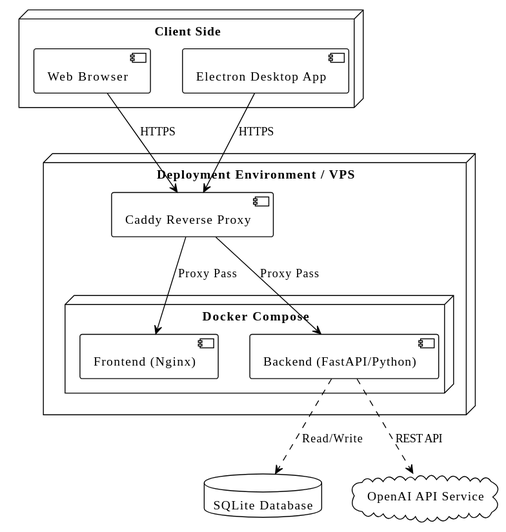
The PlantUML diagram docs/diagrams/deployment.svg in Bananapolis/Hackaton, before a commit. Source of this version:
```plantuml
@startuml
!theme plain

node "Client Side" {
  [Web Browser] as Browser
  [Electron Desktop App] as DesktopApp
}

node "Deployment Environment / VPS" {
  [Caddy Reverse Proxy] as Caddy

  node "Docker Compose" {
    [Frontend (Nginx)] as FrontendContainer
    [Backend (FastAPI/Python)] as BackendContainer
  }
}

database "SQLite Database" as SQLite
cloud "OpenAI API Service" as OpenAI

Browser --> Caddy : HTTPS
DesktopApp --> Caddy : HTTPS

Caddy --> FrontendContainer : Proxy Pass
Caddy --> BackendContainer : Proxy Pass

BackendContainer ..> SQLite : Read/Write
BackendContainer ..> OpenAI : REST API
@enduml
```
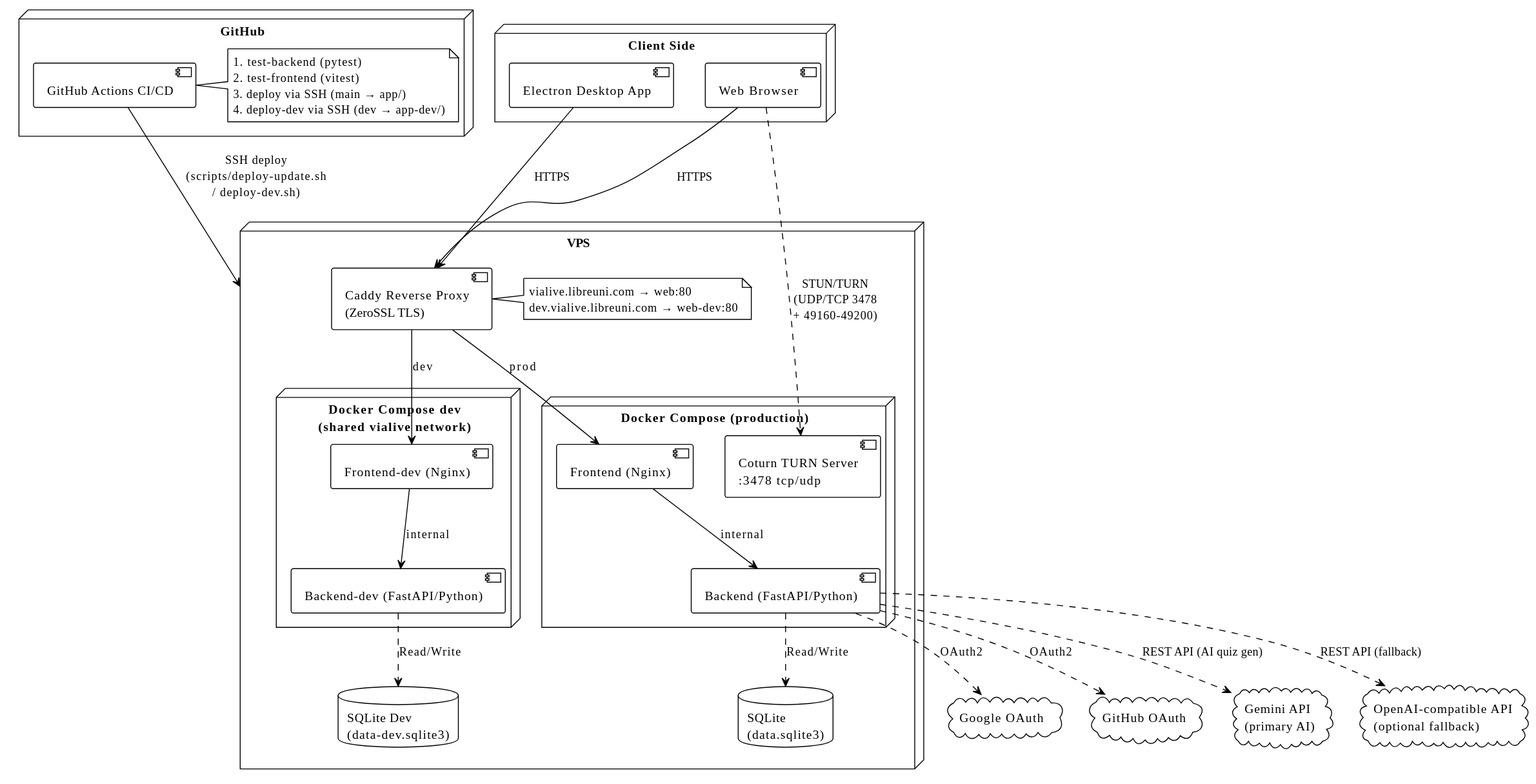
Above is the later version.

Commit message:
updated deployment diagram

Change to the diagram source:
```diff
@@ -6,24 +6,61 @@
   [Electron Desktop App] as DesktopApp
 }
 
-node "Deployment Environment / VPS" {
-  [Caddy Reverse Proxy] as Caddy
+node "GitHub" {
+  [GitHub Actions CI/CD] as CICD
+  note right of CICD
+    1. test-backend (pytest)
+    2. test-frontend (vitest)
+    3. deploy via SSH (main → app/)
+    4. deploy-dev via SSH (dev → app-dev/)
+  end note
+}
 
-  node "Docker Compose" {
+node "VPS" {
+  [Caddy Reverse Proxy\n(ZeroSSL TLS)] as Caddy
+  note right of Caddy
+    vialive.libreuni.com → web:80
+    dev.vialive.libreuni.com → web-dev:80
+  end note
+
+  node "Docker Compose (production)" {
     [Frontend (Nginx)] as FrontendContainer
     [Backend (FastAPI/Python)] as BackendContainer
+    [Coturn TURN Server\n:3478 tcp/udp] as TurnContainer
   }
+
+  node "Docker Compose dev\n(shared vialive network)" {
+    [Frontend-dev (Nginx)] as FrontendDev
+    [Backend-dev (FastAPI/Python)] as BackendDev
+  }
+
+  database "SQLite\n(data.sqlite3)" as SQLite
+  database "SQLite Dev\n(data-dev.sqlite3)" as SQLiteDev
 }
 
-database "SQLite Database" as SQLite
-cloud "OpenAI API Service" as OpenAI
+cloud "Gemini API\n(primary AI)" as Gemini
+cloud "OpenAI-compatible API\n(optional fallback)" as OpenAI
+cloud "Google OAuth" as GoogleOAuth
+cloud "GitHub OAuth" as GitHubOAuth
 
 Browser --> Caddy : HTTPS
 DesktopApp --> Caddy : HTTPS
 
-Caddy --> FrontendContainer : Proxy Pass
-Caddy --> BackendContainer : Proxy Pass
+Caddy --> FrontendContainer : prod
+Caddy --> FrontendDev : dev
+
+FrontendContainer --> BackendContainer : internal
+FrontendDev --> BackendDev : internal
+
+Browser ..> TurnContainer : STUN/TURN\n(UDP/TCP 3478\n+ 49160-49200)
 
 BackendContainer ..> SQLite : Read/Write
-BackendContainer ..> OpenAI : REST API
+BackendDev ..> SQLiteDev : Read/Write
+
+BackendContainer ..> Gemini : REST API (AI quiz gen)
+BackendContainer ..> OpenAI : REST API (fallback)
+BackendContainer ..> GoogleOAuth : OAuth2
+BackendContainer ..> GitHubOAuth : OAuth2
+
+CICD --> VPS : SSH deploy\n(scripts/deploy-update.sh\n/ deploy-dev.sh)
 @enduml
```
